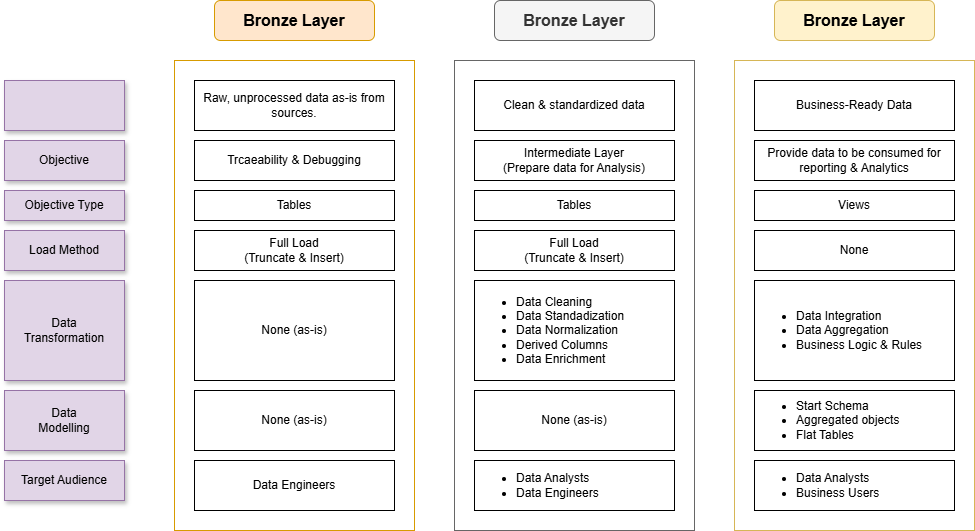
The draw.io diagram public/Projects/Data Flow.png in Code-Sleek/My-Portfolio, before a commit. Source tidied: cells renumbered, new cells last; positions are measured from the earlier drawing's top-left corner, leaving out a move shared by most shapes.
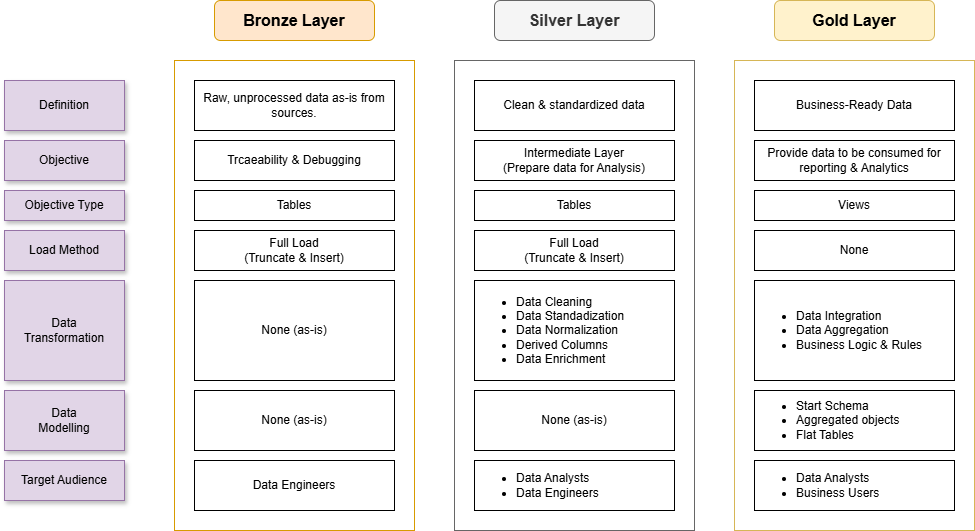
The same file after the commit.

What changed in the source:
```diff
@@ -5,10 +5,10 @@
     <mxCell id="2" value="&lt;font style=&quot;font-size: 16px;&quot;&gt;&lt;b style=&quot;&quot;&gt;Bronze Layer&lt;/b&gt;&lt;/font&gt;" style="rounded=1;whiteSpace=wrap;html=1;fillColor=#ffe6cc;strokeColor=#d79b00;" parent="1" vertex="1">
       <mxGeometry x="210" width="160" height="40" as="geometry" />
     </mxCell>
-    <mxCell id="3" value="&lt;font style=&quot;font-size: 16px;&quot;&gt;&lt;b style=&quot;&quot;&gt;Bronze Layer&lt;/b&gt;&lt;/font&gt;" style="rounded=1;whiteSpace=wrap;html=1;fillColor=#f5f5f5;strokeColor=#666666;fontColor=#333333;" parent="1" vertex="1">
+    <mxCell id="3" value="&lt;font style=&quot;font-size: 16px;&quot;&gt;&lt;b style=&quot;&quot;&gt;Silver Layer&lt;/b&gt;&lt;/font&gt;" style="rounded=1;whiteSpace=wrap;html=1;fillColor=#f5f5f5;strokeColor=#666666;fontColor=#333333;" parent="1" vertex="1">
       <mxGeometry x="490" width="160" height="40" as="geometry" />
     </mxCell>
-    <mxCell id="4" value="&lt;font style=&quot;font-size: 16px;&quot;&gt;&lt;b style=&quot;&quot;&gt;Bronze Layer&lt;/b&gt;&lt;/font&gt;" style="rounded=1;whiteSpace=wrap;html=1;fillColor=#fff2cc;strokeColor=#d6b656;" parent="1" vertex="1">
+    <mxCell id="4" value="&lt;font style=&quot;font-size: 16px;&quot;&gt;&lt;b style=&quot;&quot;&gt;Gold Layer&lt;/b&gt;&lt;/font&gt;" style="rounded=1;whiteSpace=wrap;html=1;fillColor=#fff2cc;strokeColor=#d6b656;" parent="1" vertex="1">
       <mxGeometry x="770" width="160" height="40" as="geometry" />
     </mxCell>
     <mxCell id="5" style="rounded=0;whiteSpace=wrap;html=1;fillColor=none;strokeColor=#d79b00;" parent="1" vertex="1">
@@ -41,7 +41,7 @@
     <mxCell id="14" value="Data Engineers" style="rounded=0;whiteSpace=wrap;html=1;" parent="1" vertex="1">
       <mxGeometry x="190" y="460" width="200" height="50" as="geometry" />
     </mxCell>
-    <mxCell id="15" style="rounded=0;whiteSpace=wrap;html=1;fillColor=#e1d5e7;strokeColor=#9673a6;shadow=1;" parent="1" vertex="1">
+    <mxCell id="15" value="Definition" style="rounded=0;whiteSpace=wrap;html=1;fillColor=#e1d5e7;strokeColor=#9673a6;shadow=1;" parent="1" vertex="1">
       <mxGeometry y="80" width="120" height="50" as="geometry" />
     </mxCell>
     <mxCell id="16" value="Objective" style="rounded=0;whiteSpace=wrap;html=1;fillColor=#e1d5e7;strokeColor=#9673a6;shadow=1;" parent="1" vertex="1">
```
